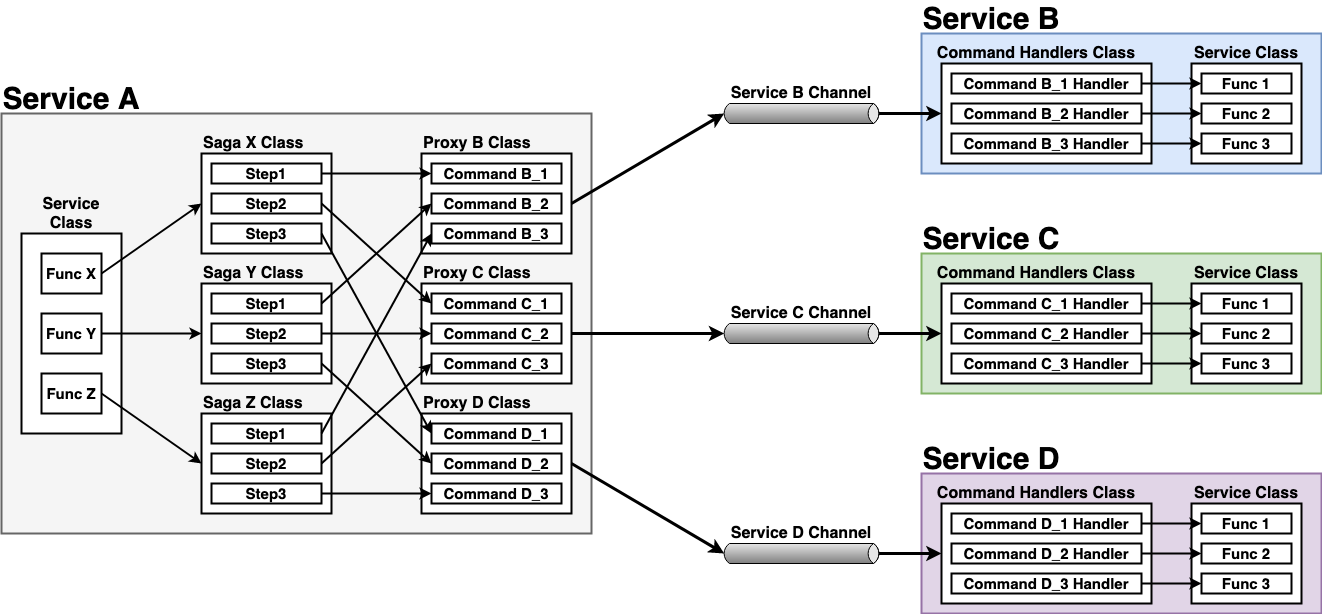
Earlier version of the draw.io export docs/diagrams/interservice_communication_command.png (wuyichen24/microservices-patterns). Source tidied: cells renumbered, new cells last; positions are measured from the earlier drawing's top-left corner, leaving out a move shared by most shapes.
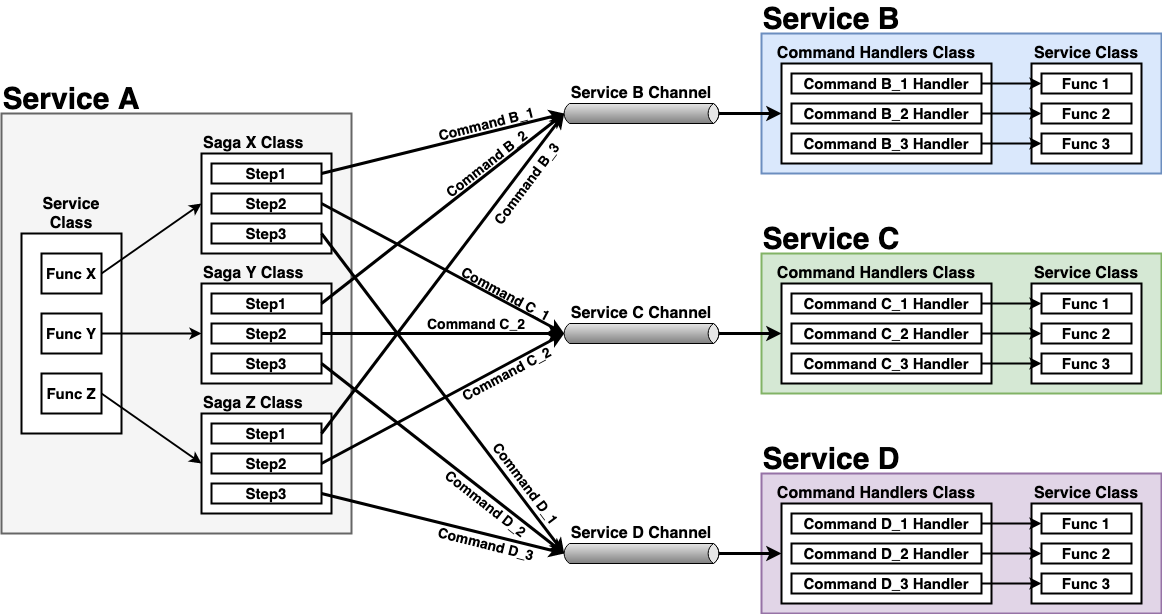
Above is the later version.

The edit, as a diff of the source:
```diff
@@ -8,67 +8,61 @@
     <mxCell id="3" style="rounded=0;whiteSpace=wrap;html=1;strokeWidth=2;fillColor=#f5f5f5;strokeColor=#666666;fontColor=#333333;" parent="1" vertex="1">
-      <mxGeometry y="110" width="590" height="420" as="geometry" />
+      <mxGeometry x="160" y="110" width="350" height="420" as="geometry" />
     </mxCell>
     <mxCell id="4" style="rounded=0;whiteSpace=wrap;html=1;strokeWidth=2;" parent="1" vertex="1">
-      <mxGeometry x="20" y="230" width="100" height="200" as="geometry" />
+      <mxGeometry x="180" y="230" width="100" height="200" as="geometry" />
     </mxCell>
     <mxCell id="5" value="&lt;font style=&quot;font-size: 15px&quot;&gt;&lt;b&gt;Func X&lt;/b&gt;&lt;/font&gt;" style="rounded=0;whiteSpace=wrap;html=1;strokeWidth=2;" parent="1" vertex="1">
-      <mxGeometry x="40" y="250" width="60" height="40" as="geometry" />
+      <mxGeometry x="200" y="250" width="60" height="40" as="geometry" />
     </mxCell>
     <mxCell id="6" value="&lt;font style=&quot;font-size: 15px&quot;&gt;&lt;b&gt;Func Y&lt;/b&gt;&lt;/font&gt;" style="rounded=0;whiteSpace=wrap;html=1;strokeWidth=2;" parent="1" vertex="1">
-      <mxGeometry x="40" y="310" width="60" height="40" as="geometry" />
+      <mxGeometry x="200" y="310" width="60" height="40" as="geometry" />
     </mxCell>
     <mxCell id="7" value="&lt;font style=&quot;font-size: 15px&quot;&gt;&lt;b&gt;Func Z&lt;/b&gt;&lt;/font&gt;" style="rounded=0;whiteSpace=wrap;html=1;strokeWidth=2;" parent="1" vertex="1">
-      <mxGeometry x="40" y="370" width="60" height="40" as="geometry" />
+      <mxGeometry x="200" y="370" width="60" height="40" as="geometry" />
     </mxCell>
     <mxCell id="8" style="rounded=0;whiteSpace=wrap;html=1;strokeWidth=2;" parent="1" vertex="1">
-      <mxGeometry x="200" y="150" width="130" height="100" as="geometry" />
+      <mxGeometry x="360" y="150" width="130" height="100" as="geometry" />
     </mxCell>
     <mxCell id="9" value="&lt;font style=&quot;font-size: 16px&quot;&gt;&lt;b&gt;Saga X Class&lt;/b&gt;&lt;/font&gt;" style="text;html=1;strokeColor=none;fillColor=none;align=left;verticalAlign=middle;whiteSpace=wrap;rounded=0;" parent="1" vertex="1">
-      <mxGeometry x="200" y="130" width="130" height="20" as="geometry" />
+      <mxGeometry x="360" y="130" width="130" height="20" as="geometry" />
     </mxCell>
     <mxCell id="10" value="&lt;font style=&quot;font-size: 15px&quot;&gt;&lt;b&gt;Step1&lt;/b&gt;&lt;/font&gt;" style="rounded=0;whiteSpace=wrap;html=1;strokeWidth=2;" parent="1" vertex="1">
-      <mxGeometry x="210" y="160" width="110" height="20" as="geometry" />
+      <mxGeometry x="370" y="160" width="110" height="20" as="geometry" />
     </mxCell>
     <mxCell id="11" value="&lt;font style=&quot;font-size: 15px&quot;&gt;&lt;b&gt;Step2&lt;/b&gt;&lt;/font&gt;" style="rounded=0;whiteSpace=wrap;html=1;strokeWidth=2;" parent="1" vertex="1">
-      <mxGeometry x="210" y="190" width="110" height="20" as="geometry" />
+      <mxGeometry x="370" y="190" width="110" height="20" as="geometry" />
     </mxCell>
     <mxCell id="12" value="&lt;font style=&quot;font-size: 15px&quot;&gt;&lt;b&gt;Step3&lt;/b&gt;&lt;/font&gt;" style="rounded=0;whiteSpace=wrap;html=1;strokeWidth=2;" parent="1" vertex="1">
-      <mxGeometry x="210" y="220" width="110" height="20" as="geometry" />
+      <mxGeometry x="370" y="220" width="110" height="20" as="geometry" />
     </mxCell>
     <mxCell id="13" style="rounded=0;whiteSpace=wrap;html=1;strokeWidth=2;" parent="1" vertex="1">
-      <mxGeometry x="200" y="280" width="130" height="100" as="geometry" />
+      <mxGeometry x="360" y="280" width="130" height="100" as="geometry" />
     </mxCell>
     <mxCell id="14" value="&lt;font style=&quot;font-size: 16px&quot;&gt;&lt;b&gt;Saga Y Class&lt;/b&gt;&lt;/font&gt;" style="text;html=1;strokeColor=none;fillColor=none;align=left;verticalAlign=middle;whiteSpace=wrap;rounded=0;" parent="1" vertex="1">
-      <mxGeometry x="200" y="260" width="130" height="20" as="geometry" />
+      <mxGeometry x="360" y="260" width="130" height="20" as="geometry" />
     </mxCell>
     <mxCell id="15" value="&lt;font style=&quot;font-size: 15px&quot;&gt;&lt;b&gt;Step1&lt;/b&gt;&lt;/font&gt;" style="rounded=0;whiteSpace=wrap;html=1;strokeWidth=2;" parent="1" vertex="1">
-      <mxGeometry x="210" y="290" width="110" height="20" as="geometry" />
+      <mxGeometry x="370" y="290" width="110" height="20" as="geometry" />
     </mxCell>
     <mxCell id="16" value="&lt;font style=&quot;font-size: 15px&quot;&gt;&lt;b&gt;Step2&lt;/b&gt;&lt;/font&gt;" style="rounded=0;whiteSpace=wrap;html=1;strokeWidth=2;" parent="1" vertex="1">
-      <mxGeometry x="210" y="320" width="110" height="20" as="geometry" />
+      <mxGeometry x="370" y="320" width="110" height="20" as="geometry" />
     </mxCell>
     <mxCell id="17" value="&lt;font style=&quot;font-size: 15px&quot;&gt;&lt;b&gt;Step3&lt;/b&gt;&lt;/font&gt;" style="rounded=0;whiteSpace=wrap;html=1;strokeWidth=2;" parent="1" vertex="1">
-      <mxGeometry x="210" y="350" width="110" height="20" as="geometry" />
+      <mxGeometry x="370" y="350" width="110" height="20" as="geometry" />
     </mxCell>
     <mxCell id="18" style="rounded=0;whiteSpace=wrap;html=1;strokeWidth=2;" parent="1" vertex="1">
-      <mxGeometry x="200" y="410" width="130" height="100" as="geometry" />
+      <mxGeometry x="360" y="410" width="130" height="100" as="geometry" />
     </mxCell>
     <mxCell id="19" value="&lt;font style=&quot;font-size: 16px&quot;&gt;&lt;b&gt;Saga Z Class&lt;/b&gt;&lt;/font&gt;" style="text;html=1;strokeColor=none;fillColor=none;align=left;verticalAlign=middle;whiteSpace=wrap;rounded=0;" parent="1" vertex="1">
-      <mxGeometry x="200" y="390" width="130" height="20" as="geometry" />
+      <mxGeometry x="360" y="390" width="130" height="20" as="geometry" />
     </mxCell>
     <mxCell id="20" value="&lt;font style=&quot;font-size: 15px&quot;&gt;&lt;b&gt;Step1&lt;/b&gt;&lt;/font&gt;" style="rounded=0;whiteSpace=wrap;html=1;strokeWidth=2;" parent="1" vertex="1">
-      <mxGeometry x="210" y="420" width="110" height="20" as="geometry" />
+      <mxGeometry x="370" y="420" width="110" height="20" as="geometry" />
     </mxCell>
     <mxCell id="21" value="&lt;font style=&quot;font-size: 15px&quot;&gt;&lt;b&gt;Step2&lt;/b&gt;&lt;/font&gt;" style="rounded=0;whiteSpace=wrap;html=1;strokeWidth=2;" parent="1" vertex="1">
-      <mxGeometry x="210" y="450" width="110" height="20" as="geometry" />
+      <mxGeometry x="370" y="450" width="110" height="20" as="geometry" />
     </mxCell>
     <mxCell id="22" value="&lt;font style=&quot;font-size: 15px&quot;&gt;&lt;b&gt;Step3&lt;/b&gt;&lt;/font&gt;" style="rounded=0;whiteSpace=wrap;html=1;strokeWidth=2;" parent="1" vertex="1">
-      <mxGeometry x="210" y="480" width="110" height="20" as="geometry" />
+      <mxGeometry x="370" y="480" width="110" height="20" as="geometry" />
     </mxCell>
-    <mxCell id="23" style="rounded=0;whiteSpace=wrap;html=1;strokeWidth=2;" parent="1" vertex="1">
-      <mxGeometry x="420" y="150" width="150" height="100" as="geometry" />
-    </mxCell>
-    <mxCell id="24" value="&lt;font style=&quot;font-size: 16px&quot;&gt;&lt;b&gt;Proxy B Class&lt;/b&gt;&lt;/font&gt;" style="text;html=1;strokeColor=none;fillColor=none;align=left;verticalAlign=middle;whiteSpace=wrap;rounded=0;" parent="1" vertex="1">
-      <mxGeometry x="420" y="130" width="150" height="20" as="geometry" />
-    </mxCell>
     <mxCell id="25" style="endArrow=classic;html=1;strokeWidth=2;exitX=1;exitY=0.5;exitDx=0;exitDy=0;entryX=0;entryY=0.5;entryDx=0;entryDy=0;" parent="1" edge="1" source="5" target="8">
@@ -82,68 +76,2 @@
     </mxCell>
-    <mxCell id="28" value="&lt;font style=&quot;font-size: 15px&quot;&gt;&lt;b&gt;Command B_1&lt;/b&gt;&lt;/font&gt;" style="rounded=0;whiteSpace=wrap;html=1;strokeWidth=2;" parent="1" vertex="1">
-      <mxGeometry x="430" y="160" width="130" height="20" as="geometry" />
-    </mxCell>
-    <mxCell id="29" value="&lt;font style=&quot;font-size: 15px&quot;&gt;&lt;b&gt;Command B_2&lt;/b&gt;&lt;/font&gt;" style="rounded=0;whiteSpace=wrap;html=1;strokeWidth=2;" parent="1" vertex="1">
-      <mxGeometry x="430" y="190" width="130" height="20" as="geometry" />
-    </mxCell>
-    <mxCell id="30" value="&lt;font style=&quot;font-size: 15px&quot;&gt;&lt;b&gt;Command B_3&lt;/b&gt;&lt;/font&gt;" style="rounded=0;whiteSpace=wrap;html=1;strokeWidth=2;" parent="1" vertex="1">
-      <mxGeometry x="430" y="220" width="130" height="20" as="geometry" />
-    </mxCell>
-    <mxCell id="31" style="rounded=0;whiteSpace=wrap;html=1;strokeWidth=2;" parent="1" vertex="1">
-      <mxGeometry x="420" y="280" width="150" height="100" as="geometry" />
-    </mxCell>
-    <mxCell id="32" value="&lt;font style=&quot;font-size: 16px&quot;&gt;&lt;b&gt;Proxy C Class&lt;/b&gt;&lt;/font&gt;" style="text;html=1;strokeColor=none;fillColor=none;align=left;verticalAlign=middle;whiteSpace=wrap;rounded=0;" parent="1" vertex="1">
-      <mxGeometry x="420" y="260" width="150" height="20" as="geometry" />
-    </mxCell>
-    <mxCell id="33" value="&lt;font style=&quot;font-size: 15px&quot;&gt;&lt;b&gt;Command C_1&lt;/b&gt;&lt;/font&gt;" style="rounded=0;whiteSpace=wrap;html=1;strokeWidth=2;" parent="1" vertex="1">
-      <mxGeometry x="430" y="290" width="130" height="20" as="geometry" />
-    </mxCell>
-    <mxCell id="34" value="&lt;font style=&quot;font-size: 15px&quot;&gt;&lt;b&gt;Command C_2&lt;/b&gt;&lt;/font&gt;" style="rounded=0;whiteSpace=wrap;html=1;strokeWidth=2;" parent="1" vertex="1">
-      <mxGeometry x="430" y="320" width="130" height="20" as="geometry" />
-    </mxCell>
-    <mxCell id="35" value="&lt;font style=&quot;font-size: 15px&quot;&gt;&lt;b&gt;Command C_3&lt;/b&gt;&lt;/font&gt;" style="rounded=0;whiteSpace=wrap;html=1;strokeWidth=2;" parent="1" vertex="1">
-      <mxGeometry x="430" y="350" width="130" height="20" as="geometry" />
-    </mxCell>
-    <mxCell id="36" style="rounded=0;whiteSpace=wrap;html=1;strokeWidth=2;" parent="1" vertex="1">
-      <mxGeometry x="420" y="410" width="150" height="100" as="geometry" />
-    </mxCell>
-    <mxCell id="37" value="&lt;font style=&quot;font-size: 16px&quot;&gt;&lt;b&gt;Proxy D Class&lt;/b&gt;&lt;/font&gt;" style="text;html=1;strokeColor=none;fillColor=none;align=left;verticalAlign=middle;whiteSpace=wrap;rounded=0;" parent="1" vertex="1">
-      <mxGeometry x="420" y="390" width="150" height="20" as="geometry" />
-    </mxCell>
-    <mxCell id="38" value="&lt;font style=&quot;font-size: 15px&quot;&gt;&lt;b&gt;Command D_1&lt;/b&gt;&lt;/font&gt;" style="rounded=0;whiteSpace=wrap;html=1;strokeWidth=2;" parent="1" vertex="1">
-      <mxGeometry x="430" y="420" width="130" height="20" as="geometry" />
-    </mxCell>
-    <mxCell id="39" value="&lt;font style=&quot;font-size: 15px&quot;&gt;&lt;b&gt;Command D_2&lt;/b&gt;&lt;/font&gt;" style="rounded=0;whiteSpace=wrap;html=1;strokeWidth=2;" parent="1" vertex="1">
-      <mxGeometry x="430" y="450" width="130" height="20" as="geometry" />
-    </mxCell>
-    <mxCell id="40" value="&lt;font style=&quot;font-size: 15px&quot;&gt;&lt;b&gt;Command D_3&lt;/b&gt;&lt;/font&gt;" style="rounded=0;whiteSpace=wrap;html=1;strokeWidth=2;" parent="1" vertex="1">
-      <mxGeometry x="430" y="480" width="130" height="20" as="geometry" />
-    </mxCell>
-    <mxCell id="41" style="endArrow=classic;html=1;strokeWidth=2;exitX=1;exitY=0.5;exitDx=0;exitDy=0;entryX=0;entryY=0.5;entryDx=0;entryDy=0;" parent="1" edge="1" source="10" target="28">
-      <mxGeometry relative="1" as="geometry" />
-    </mxCell>
-    <mxCell id="42" style="endArrow=classic;html=1;strokeWidth=2;exitX=1;exitY=0.5;exitDx=0;exitDy=0;entryX=0;entryY=0.5;entryDx=0;entryDy=0;" parent="1" edge="1" source="11" target="33">
-      <mxGeometry relative="1" as="geometry" />
-    </mxCell>
-    <mxCell id="43" style="endArrow=classic;html=1;strokeWidth=2;exitX=1;exitY=0.5;exitDx=0;exitDy=0;entryX=0;entryY=0.5;entryDx=0;entryDy=0;" parent="1" edge="1" source="12" target="38">
-      <mxGeometry relative="1" as="geometry" />
-    </mxCell>
-    <mxCell id="44" style="endArrow=classic;html=1;strokeWidth=2;exitX=1;exitY=0.5;exitDx=0;exitDy=0;entryX=0;entryY=0.5;entryDx=0;entryDy=0;" parent="1" edge="1" source="15" target="29">
-      <mxGeometry relative="1" as="geometry" />
-    </mxCell>
-    <mxCell id="45" style="endArrow=classic;html=1;strokeWidth=2;exitX=1;exitY=0.5;exitDx=0;exitDy=0;entryX=0;entryY=0.5;entryDx=0;entryDy=0;" parent="1" edge="1" source="16" target="34">
-      <mxGeometry relative="1" as="geometry" />
-    </mxCell>
-    <mxCell id="46" style="endArrow=classic;html=1;strokeWidth=2;exitX=1;exitY=0.5;exitDx=0;exitDy=0;entryX=0;entryY=0.5;entryDx=0;entryDy=0;" parent="1" edge="1" source="17" target="39">
-      <mxGeometry relative="1" as="geometry" />
-    </mxCell>
-    <mxCell id="47" style="endArrow=classic;html=1;strokeWidth=2;exitX=1;exitY=0.5;exitDx=0;exitDy=0;entryX=0;entryY=0.5;entryDx=0;entryDy=0;" parent="1" edge="1" source="20" target="30">
-      <mxGeometry relative="1" as="geometry" />
-    </mxCell>
-    <mxCell id="48" style="endArrow=classic;html=1;strokeWidth=2;exitX=1;exitY=0.5;exitDx=0;exitDy=0;entryX=0;entryY=0.5;entryDx=0;entryDy=0;" parent="1" edge="1" source="21" target="35">
-      <mxGeometry relative="1" as="geometry" />
-    </mxCell>
-    <mxCell id="49" style="endArrow=classic;html=1;strokeWidth=2;exitX=1;exitY=0.5;exitDx=0;exitDy=0;entryX=0;entryY=0.5;entryDx=0;entryDy=0;" parent="1" edge="1" source="22" target="40">
-      <mxGeometry relative="1" as="geometry" />
-    </mxCell>
     <mxCell id="50" style="strokeWidth=1;outlineConnect=0;dashed=0;align=center;html=1;fontSize=8;shape=mxgraph.eip.messageChannel;verticalLabelPosition=bottom;labelBackgroundColor=#ffffff;verticalAlign=top;" parent="1" vertex="1">
@@ -161,3 +89,3 @@
     <mxCell id="54" value="&lt;font size=&quot;1&quot;&gt;&lt;b style=&quot;font-size: 30px&quot;&gt;Service A&lt;/b&gt;&lt;/font&gt;" style="text;html=1;strokeColor=none;fillColor=none;align=center;verticalAlign=middle;whiteSpace=wrap;rounded=0;" parent="1" vertex="1">
-      <mxGeometry y="80" width="140" height="30" as="geometry" />
+      <mxGeometry x="160" y="80" width="140" height="30" as="geometry" />
     </mxCell>
@@ -169,9 +97,9 @@
     </mxCell>
-    <mxCell id="57" style="endArrow=classic;html=1;strokeWidth=3;exitX=1;exitY=0.5;exitDx=0;exitDy=0;entryX=0;entryY=0.5;entryDx=2.7;entryDy=0;entryPerimeter=0;" parent="1" edge="1" source="23" target="50">
+    <mxCell id="57" style="endArrow=classic;html=1;strokeWidth=3;entryX=0;entryY=0.5;entryDx=2.7;entryDy=0;entryPerimeter=0;exitX=1;exitY=0.5;exitDx=0;exitDy=0;" parent="1" edge="1" source="10" target="50">
       <mxGeometry relative="1" as="geometry" />
     </mxCell>
-    <mxCell id="58" style="endArrow=classic;html=1;strokeWidth=3;exitX=1;exitY=0.5;exitDx=0;exitDy=0;entryX=0;entryY=0.5;entryDx=2.7;entryDy=0;entryPerimeter=0;" parent="1" edge="1" source="31" target="52">
+    <mxCell id="58" style="endArrow=classic;html=1;strokeWidth=3;exitX=1;exitY=0.5;exitDx=0;exitDy=0;entryX=0;entryY=0.5;entryDx=2.7;entryDy=0;entryPerimeter=0;" parent="1" edge="1" source="11" target="52">
       <mxGeometry relative="1" as="geometry" />
     </mxCell>
-    <mxCell id="59" style="endArrow=classic;html=1;strokeWidth=3;exitX=1;exitY=0.5;exitDx=0;exitDy=0;entryX=0;entryY=0.5;entryDx=2.7;entryDy=0;entryPerimeter=0;" parent="1" edge="1" source="36" target="55">
+    <mxCell id="59" style="endArrow=classic;html=1;strokeWidth=3;exitX=1;exitY=0.5;exitDx=0;exitDy=0;entryX=0;entryY=0.5;entryDx=2.7;entryDy=0;entryPerimeter=0;" parent="1" edge="1" source="12" target="55">
       <mxGeometry relative="1" as="geometry" />
@@ -203,3 +131,3 @@
     <mxCell id="68" value="&lt;font style=&quot;font-size: 16px&quot;&gt;&lt;b&gt;Service&lt;br&gt;Class&lt;/b&gt;&lt;/font&gt;" style="text;html=1;strokeColor=none;fillColor=none;align=center;verticalAlign=middle;whiteSpace=wrap;rounded=0;" parent="1" vertex="1">
-      <mxGeometry x="30" y="190" width="80" height="40" as="geometry" />
+      <mxGeometry x="190" y="190" width="80" height="40" as="geometry" />
     </mxCell>
@@ -322,2 +250,47 @@
     </mxCell>
+    <mxCell id="108" style="endArrow=classic;html=1;strokeWidth=3;entryX=0;entryY=0.5;entryDx=2.7;entryDy=0;entryPerimeter=0;exitX=1;exitY=0.5;exitDx=0;exitDy=0;" parent="1" edge="1" source="15" target="50">
+      <mxGeometry relative="1" as="geometry" />
+    </mxCell>
+    <mxCell id="109" style="endArrow=classic;html=1;strokeWidth=3;entryX=0;entryY=0.5;entryDx=2.7;entryDy=0;entryPerimeter=0;exitX=1;exitY=0.5;exitDx=0;exitDy=0;" parent="1" edge="1" source="16" target="52">
+      <mxGeometry relative="1" as="geometry" />
+    </mxCell>
+    <mxCell id="110" style="endArrow=classic;html=1;strokeWidth=3;entryX=0;entryY=0.5;entryDx=2.7;entryDy=0;entryPerimeter=0;exitX=1;exitY=0.5;exitDx=0;exitDy=0;" parent="1" edge="1" source="17" target="55">
+      <mxGeometry relative="1" as="geometry" />
+    </mxCell>
+    <mxCell id="111" style="endArrow=classic;html=1;strokeWidth=3;entryX=0;entryY=0.5;entryDx=2.7;entryDy=0;entryPerimeter=0;exitX=1;exitY=0.5;exitDx=0;exitDy=0;" parent="1" edge="1" source="20" target="50">
+      <mxGeometry relative="1" as="geometry" />
+    </mxCell>
+    <mxCell id="112" style="endArrow=classic;html=1;strokeWidth=3;entryX=0;entryY=0.5;entryDx=2.7;entryDy=0;entryPerimeter=0;exitX=1;exitY=0.5;exitDx=0;exitDy=0;" parent="1" edge="1" source="21" target="52">
+      <mxGeometry relative="1" as="geometry" />
+    </mxCell>
+    <mxCell id="113" style="endArrow=classic;html=1;strokeWidth=3;entryX=0;entryY=0.5;entryDx=2.7;entryDy=0;entryPerimeter=0;exitX=1;exitY=0.5;exitDx=0;exitDy=0;" parent="1" edge="1" source="22" target="55">
+      <mxGeometry relative="1" as="geometry" />
+    </mxCell>
+    <mxCell id="28" value="&lt;font size=&quot;1&quot;&gt;&lt;b style=&quot;font-size: 14px&quot;&gt;Command B_1&lt;/b&gt;&lt;/font&gt;" style="text;html=1;strokeColor=none;fillColor=none;align=center;verticalAlign=middle;whiteSpace=wrap;rounded=0;rotation=346;" parent="1" vertex="1">
+      <mxGeometry x="590" y="110" width="110" height="20" as="geometry" />
+    </mxCell>
+    <mxCell id="29" value="&lt;font size=&quot;1&quot;&gt;&lt;b style=&quot;font-size: 14px&quot;&gt;Command B_2&lt;/b&gt;&lt;/font&gt;" style="text;html=1;strokeColor=none;fillColor=none;align=center;verticalAlign=middle;whiteSpace=wrap;rounded=0;rotation=322;" parent="1" vertex="1">
+      <mxGeometry x="590" y="150" width="110" height="20" as="geometry" />
+    </mxCell>
+    <mxCell id="30" value="&lt;font size=&quot;1&quot;&gt;&lt;b style=&quot;font-size: 14px&quot;&gt;Command B_3&lt;/b&gt;&lt;/font&gt;" style="text;html=1;strokeColor=none;fillColor=none;align=center;verticalAlign=middle;whiteSpace=wrap;rounded=0;rotation=307;" parent="1" vertex="1">
+      <mxGeometry x="630" y="170" width="110" height="20" as="geometry" />
+    </mxCell>
+    <mxCell id="33" value="&lt;font size=&quot;1&quot;&gt;&lt;b style=&quot;font-size: 14px&quot;&gt;Command C_1&lt;/b&gt;&lt;/font&gt;" style="text;html=1;strokeColor=none;fillColor=none;align=center;verticalAlign=middle;whiteSpace=wrap;rounded=0;rotation=28;" parent="1" vertex="1">
+      <mxGeometry x="610" y="280" width="110" height="20" as="geometry" />
+    </mxCell>
+    <mxCell id="114" value="&lt;font size=&quot;1&quot;&gt;&lt;b style=&quot;font-size: 14px&quot;&gt;Command C_2&lt;/b&gt;&lt;/font&gt;" style="text;html=1;strokeColor=none;fillColor=none;align=center;verticalAlign=middle;whiteSpace=wrap;rounded=0;rotation=0;" parent="1" vertex="1">
+      <mxGeometry x="580" y="310" width="110" height="20" as="geometry" />
+    </mxCell>
+    <mxCell id="115" value="&lt;font size=&quot;1&quot;&gt;&lt;b style=&quot;font-size: 14px&quot;&gt;Command C_2&lt;/b&gt;&lt;/font&gt;" style="text;html=1;strokeColor=none;fillColor=none;align=center;verticalAlign=middle;whiteSpace=wrap;rounded=0;rotation=332;" parent="1" vertex="1">
+      <mxGeometry x="610" y="360" width="110" height="20" as="geometry" />
+    </mxCell>
+    <mxCell id="38" value="&lt;font size=&quot;1&quot;&gt;&lt;b style=&quot;font-size: 14px&quot;&gt;Command D_1&lt;/b&gt;&lt;/font&gt;" style="text;html=1;strokeColor=none;fillColor=none;align=center;verticalAlign=middle;whiteSpace=wrap;rounded=0;rotation=53;" parent="1" vertex="1">
+      <mxGeometry x="630" y="470" width="110" height="20" as="geometry" />
+    </mxCell>
+    <mxCell id="39" value="&lt;font size=&quot;1&quot;&gt;&lt;b style=&quot;font-size: 14px&quot;&gt;Command D_2&lt;/b&gt;&lt;/font&gt;" style="text;html=1;strokeColor=none;fillColor=none;align=center;verticalAlign=middle;whiteSpace=wrap;rounded=0;rotation=38;" parent="1" vertex="1">
+      <mxGeometry x="590" y="490" width="110" height="20" as="geometry" />
+    </mxCell>
+    <mxCell id="40" value="&lt;font size=&quot;1&quot;&gt;&lt;b style=&quot;font-size: 14px&quot;&gt;Command D_3&lt;/b&gt;&lt;/font&gt;" style="text;html=1;strokeColor=none;fillColor=none;align=center;verticalAlign=middle;whiteSpace=wrap;rounded=0;rotation=14;" parent="1" vertex="1">
+      <mxGeometry x="590" y="530" width="110" height="20" as="geometry" />
+    </mxCell>
   </root>
```
